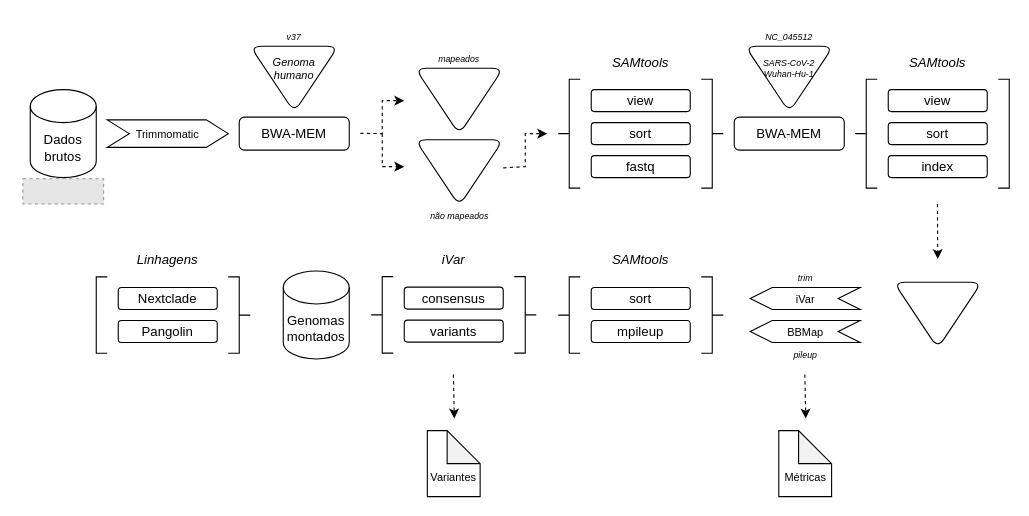
Above: workflow_sars-cov-2.drawio in ekazuo/draw-io (draw.io), before the change. Source tidied: cells renumbered, new cells numbered last; positions are measured from the earlier drawing's top-left corner, leaving out a move shared by most shapes. Both pictures are drawn from the tidied source at 110%, with x=0, y=0 at pixel (22, 23). Pictures stored in the file or linked from it are replaced by grey dashed boxes.
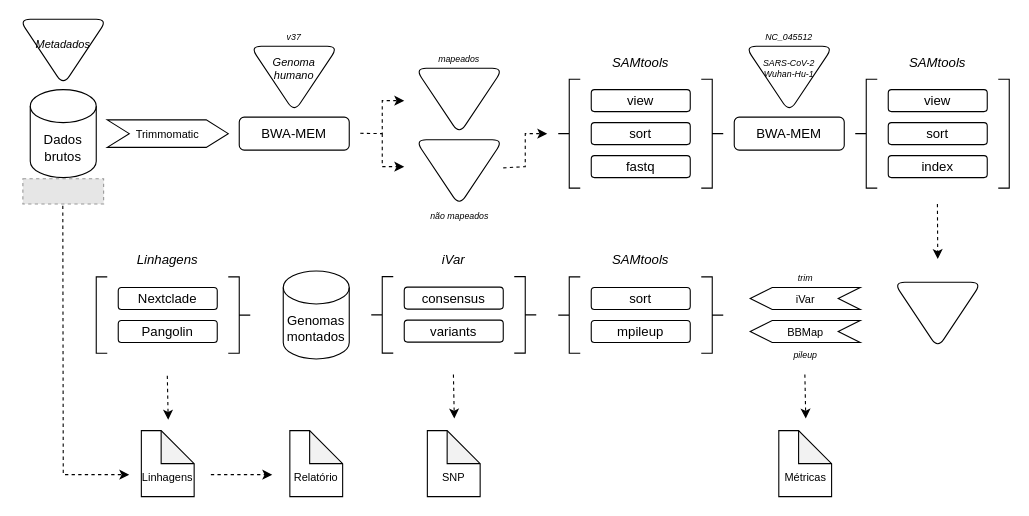
The same page after the edit.

Commit message:
relatório semanal

Diff of the diagram source:
```diff
@@
-    <mxCell id="50" value="&lt;div&gt;&lt;br&gt;&lt;/div&gt;&lt;div&gt;&lt;br&gt;&lt;/div&gt;&lt;div&gt;Variantes&lt;/div&gt;" style="shape=note;whiteSpace=wrap;html=1;backgroundOutline=1;darkOpacity=0.05;fontSize=10;" parent="1" vertex="1">
+    <mxCell id="50" value="&lt;div&gt;&lt;br&gt;&lt;/div&gt;&lt;div&gt;&lt;br&gt;&lt;/div&gt;&lt;div&gt;SNP&lt;/div&gt;" style="shape=note;whiteSpace=wrap;html=1;backgroundOutline=1;darkOpacity=0.05;fontSize=10;" parent="1" vertex="1">
       <mxGeometry x="368" y="370" width="48" height="60" as="geometry" />
     </mxCell>
@@
+    <mxCell id="56" value="&lt;div&gt;&lt;font style=&quot;font-size: 10px&quot;&gt;&lt;i&gt;Metadados&lt;/i&gt;&lt;/font&gt;&lt;/div&gt;&lt;div&gt;&lt;font style=&quot;font-size: 10px&quot;&gt;&lt;i&gt;&lt;br&gt;&lt;/i&gt;&lt;/font&gt;&lt;/div&gt;" style="triangle;whiteSpace=wrap;html=1;rounded=1;shadow=0;fontSize=12;direction=south;" parent="1" vertex="1">
+      <mxGeometry x="-3" y="-4" width="80" height="60" as="geometry" />
+    </mxCell>
+    <mxCell id="57" style="endArrow=classic;html=1;rounded=0;fontSize=10;dashed=1;" parent="1" edge="1">
+      <mxGeometry relative="1" as="geometry">
+        <mxPoint x="131.6" y="320" as="sourcePoint" />
+        <mxPoint x="132.4" y="360" as="targetPoint" />
+      </mxGeometry>
+    </mxCell>
+    <mxCell id="58" value="&lt;div&gt;&lt;br&gt;&lt;/div&gt;&lt;div&gt;&lt;br&gt;&lt;/div&gt;&lt;div&gt;Linhagens&lt;/div&gt;" style="shape=note;whiteSpace=wrap;html=1;backgroundOutline=1;darkOpacity=0.05;fontSize=10;" parent="1" vertex="1">
+      <mxGeometry x="108" y="370" width="48" height="60" as="geometry" />
+    </mxCell>
+    <mxCell id="59" style="endArrow=classic;html=1;rounded=0;fontSize=10;dashed=1;" parent="1" edge="1">
+      <mxGeometry relative="1" as="geometry">
+        <mxPoint x="36.6" y="165.6" as="sourcePoint" />
+        <mxPoint x="97" y="410" as="targetPoint" />
+        <Array as="points">
+          <mxPoint x="37" y="410" />
+        </Array>
+      </mxGeometry>
+    </mxCell>
+    <mxCell id="60" style="endArrow=classic;html=1;rounded=0;fontSize=10;dashed=1;" parent="1" edge="1">
+      <mxGeometry relative="1" as="geometry">
+        <mxPoint x="171.2" y="410" as="sourcePoint" />
+        <mxPoint x="227" y="410" as="targetPoint" />
+      </mxGeometry>
+    </mxCell>
+    <mxCell id="61" value="&lt;div&gt;&lt;br&gt;&lt;/div&gt;&lt;div&gt;&lt;br&gt;&lt;/div&gt;&lt;div&gt;Relatório&lt;/div&gt;" style="shape=note;whiteSpace=wrap;html=1;backgroundOutline=1;darkOpacity=0.05;fontSize=10;" parent="1" vertex="1">
+      <mxGeometry x="243" y="370" width="48" height="60" as="geometry" />
+    </mxCell>
```
